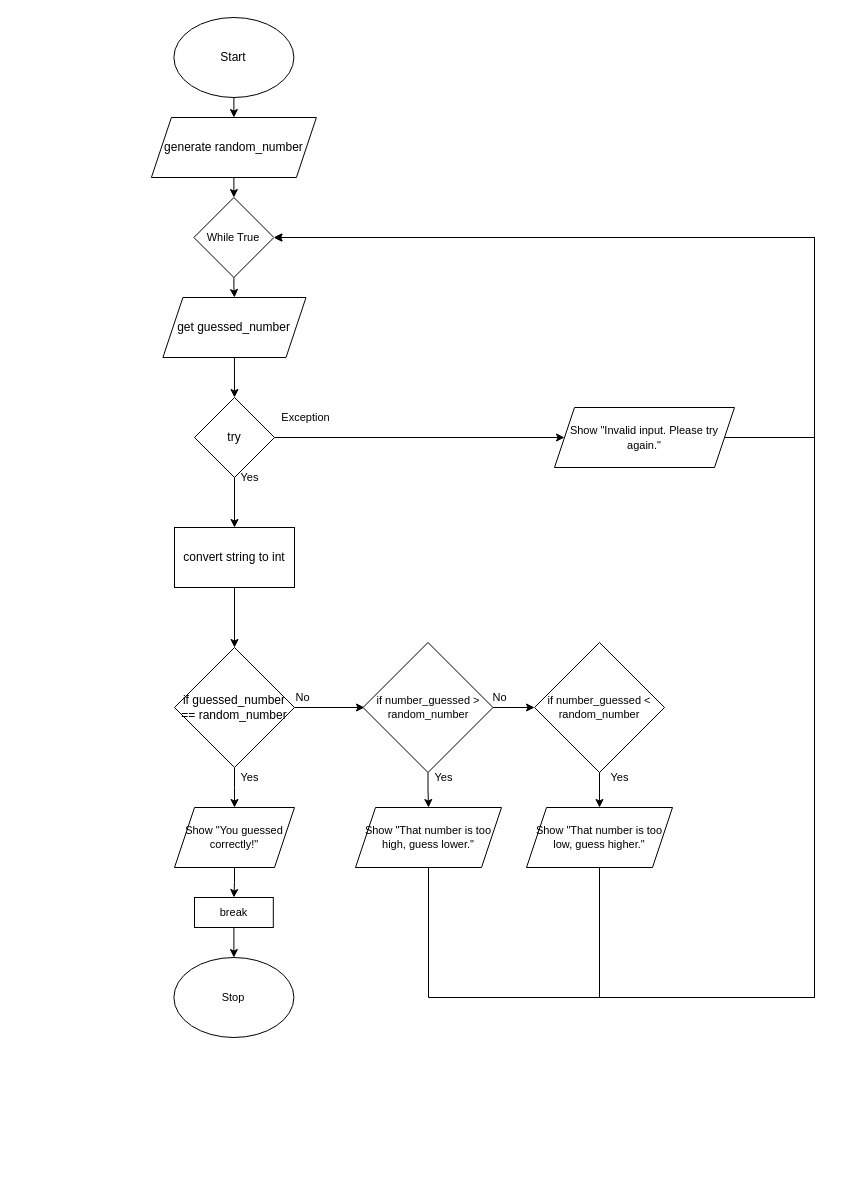
The draw.io diagram flowchart.drawio in Aleksandr-Ten/ICS3U-Unit4-05-Python, before the edit. Source tidied: cells renumbered, new cells numbered last; positions are measured from the earlier drawing's top-left corner, leaving out a move shared by most shapes. Both pictures are drawn from the tidied source at 100%, with x=0, y=0 at pixel (151, 17).
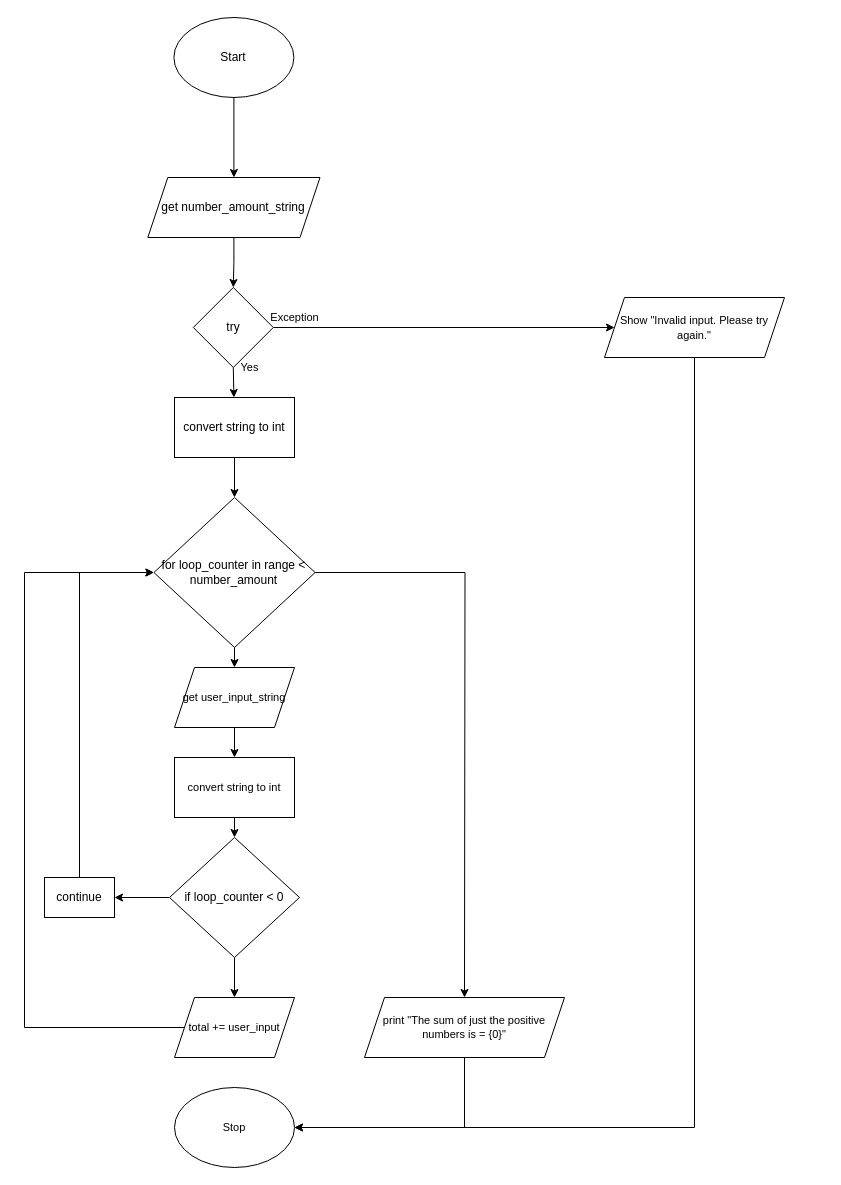
After the change.

Unchanged cells that the change refers to:
```xml
<mxCell id="3" value="Start" style="ellipse;whiteSpace=wrap;html=1;" parent="1" vertex="1">
  <mxGeometry x="22.4" width="120" height="80" as="geometry" />
</mxCell>
```

What changed in the source:
```diff
@@
-    <mxCell id="2" style="edgeStyle=none;html=1;exitX=0.5;exitY=1;exitDx=0;exitDy=0;" parent="1" edge="1" source="3" target="5">
-      <mxGeometry relative="1" as="geometry" />
-    </mxCell>
+    <mxCell id="41" style="edgeStyle=none;html=1;exitX=0.5;exitY=1;exitDx=0;exitDy=0;" parent="1" edge="1" source="3" target="40">
+      <mxGeometry relative="1" as="geometry" />
+    </mxCell>
@@
-    <mxCell id="4" style="edgeStyle=orthogonalEdgeStyle;shape=connector;rounded=0;html=1;exitX=0.5;exitY=1;exitDx=0;exitDy=0;entryX=0.5;entryY=0;entryDx=0;entryDy=0;labelBackgroundColor=default;fontFamily=Helvetica;fontSize=11;fontColor=default;endArrow=classic;strokeColor=default;" parent="1" edge="1" source="5" target="38">
-      <mxGeometry relative="1" as="geometry" />
-    </mxCell>
-    <mxCell id="5" value="generate random_number" style="shape=parallelogram;perimeter=parallelogramPerimeter;whiteSpace=wrap;html=1;fixedSize=1;" parent="1" vertex="1">
-      <mxGeometry x="-0.1" y="100" width="165" height="60" as="geometry" />
-    </mxCell>
@@
     <mxCell id="8" value="try" style="rhombus;whiteSpace=wrap;html=1;" parent="1" vertex="1">
-      <mxGeometry x="43" y="380" width="80" height="80" as="geometry" />
+      <mxGeometry x="41.8" y="270" width="80" height="80" as="geometry" />
     </mxCell>
@@
     <mxCell id="10" value="convert string to int" style="rounded=0;whiteSpace=wrap;html=1;" parent="1" vertex="1">
-      <mxGeometry x="23" y="510" width="120" height="60" as="geometry" />
+      <mxGeometry x="23" y="380" width="120" height="60" as="geometry" />
     </mxCell>
-    <mxCell id="11" style="edgeStyle=orthogonalEdgeStyle;shape=connector;rounded=0;html=1;exitX=1;exitY=0.5;exitDx=0;exitDy=0;labelBackgroundColor=default;fontFamily=Helvetica;fontSize=11;fontColor=default;endArrow=classic;strokeColor=default;" parent="1" edge="1" source="13">
-      <mxGeometry relative="1" as="geometry">
-        <mxPoint x="213" y="690" as="targetPoint" />
-        <Array as="points">
-          <mxPoint x="213" y="690" />
-          <mxPoint x="213" y="690" />
-        </Array>
-      </mxGeometry>
-    </mxCell>
-    <mxCell id="12" style="edgeStyle=orthogonalEdgeStyle;shape=connector;rounded=0;html=1;exitX=0.5;exitY=1;exitDx=0;exitDy=0;labelBackgroundColor=default;fontFamily=Helvetica;fontSize=11;fontColor=default;endArrow=classic;strokeColor=default;" parent="1" edge="1" source="13">
-      <mxGeometry relative="1" as="geometry">
-        <mxPoint x="83" y="790" as="targetPoint" />
-      </mxGeometry>
-    </mxCell>
+    <mxCell id="42" style="edgeStyle=orthogonalEdgeStyle;shape=connector;rounded=0;html=1;exitX=0.5;exitY=1;exitDx=0;exitDy=0;labelBackgroundColor=default;fontFamily=Helvetica;fontSize=11;fontColor=default;endArrow=classic;strokeColor=default;" parent="1" edge="1" source="13" target="53">
+      <mxGeometry relative="1" as="geometry" />
+    </mxCell>
+    <mxCell id="43" style="edgeStyle=orthogonalEdgeStyle;shape=connector;rounded=0;html=1;exitX=1;exitY=0.5;exitDx=0;exitDy=0;labelBackgroundColor=default;fontFamily=Helvetica;fontSize=11;fontColor=default;endArrow=classic;strokeColor=default;" parent="1" edge="1" source="13">
+      <mxGeometry relative="1" as="geometry">
+        <mxPoint x="313" y="980" as="targetPoint" />
+      </mxGeometry>
+    </mxCell>
-    <mxCell id="13" value="if guessed_number == random_number" style="rhombus;whiteSpace=wrap;html=1;" parent="1" vertex="1">
-      <mxGeometry x="23" y="630" width="120" height="120" as="geometry" />
+    <mxCell id="13" value="for loop_counter in range &amp;lt; number_amount" style="rhombus;whiteSpace=wrap;html=1;" parent="1" vertex="1">
+      <mxGeometry x="2.4" y="480" width="161.2" height="150" as="geometry" />
     </mxCell>
     <mxCell id="14" value="Stop" style="ellipse;whiteSpace=wrap;html=1;fontFamily=Helvetica;fontSize=11;fontColor=default;" parent="1" vertex="1">
-      <mxGeometry x="22.4" y="940" width="120" height="80" as="geometry" />
+      <mxGeometry x="23" y="1070" width="120" height="80" as="geometry" />
     </mxCell>
     <mxCell id="15" value="Yes" style="text;html=1;align=center;verticalAlign=middle;fillColor=none;strokeColor=none;rounded=0;fontFamily=Helvetica;fontSize=11;fontColor=default;" parent="1" vertex="1">
-      <mxGeometry x="83" y="450" width="30" height="20" as="geometry" />
+      <mxGeometry x="83" y="340" width="30" height="20" as="geometry" />
     </mxCell>
     <mxCell id="16" value="Exception" style="text;html=1;align=center;verticalAlign=middle;fillColor=none;strokeColor=none;rounded=0;fontFamily=Helvetica;fontSize=11;fontColor=default;" parent="1" vertex="1">
-      <mxGeometry x="124.2" y="390" width="60" height="20" as="geometry" />
+      <mxGeometry x="113" y="290" width="60" height="20" as="geometry" />
     </mxCell>
-    <mxCell id="17" value="No" style="text;html=1;align=center;verticalAlign=middle;fillColor=none;strokeColor=none;rounded=0;fontFamily=Helvetica;fontSize=11;fontColor=default;" parent="1" vertex="1">
-      <mxGeometry x="135.5" y="670" width="30" height="20" as="geometry" />
-    </mxCell>
-    <mxCell id="18" style="edgeStyle=orthogonalEdgeStyle;shape=connector;rounded=0;html=1;exitX=1;exitY=0.5;exitDx=0;exitDy=0;entryX=1;entryY=0.5;entryDx=0;entryDy=0;labelBackgroundColor=default;fontFamily=Helvetica;fontSize=11;fontColor=default;endArrow=classic;strokeColor=default;" parent="1" edge="1" source="19" target="38">
-      <mxGeometry relative="1" as="geometry">
-        <Array as="points">
-          <mxPoint x="663" y="420" />
-          <mxPoint x="663" y="220" />
-        </Array>
-      </mxGeometry>
-    </mxCell>
+    <mxCell id="44" style="edgeStyle=orthogonalEdgeStyle;shape=connector;rounded=0;html=1;exitX=0.5;exitY=1;exitDx=0;exitDy=0;entryX=1;entryY=0.5;entryDx=0;entryDy=0;labelBackgroundColor=default;fontFamily=Helvetica;fontSize=11;fontColor=default;endArrow=classic;strokeColor=default;" parent="1" edge="1" source="19" target="14">
+      <mxGeometry relative="1" as="geometry" />
+    </mxCell>
     <mxCell id="19" value="&lt;font style=&quot;font-size: 11px&quot;&gt;Show &quot;Invalid input. Please try again.&quot;&lt;/font&gt;" style="shape=parallelogram;perimeter=parallelogramPerimeter;whiteSpace=wrap;html=1;fixedSize=1;" parent="1" vertex="1">
-      <mxGeometry x="403" y="390" width="180" height="60" as="geometry" />
+      <mxGeometry x="453" y="280" width="180" height="60" as="geometry" />
     </mxCell>
-    <mxCell id="20" value="Yes" style="text;html=1;align=center;verticalAlign=middle;fillColor=none;strokeColor=none;rounded=0;fontFamily=Helvetica;fontSize=11;fontColor=default;" parent="1" vertex="1">
-      <mxGeometry x="83" y="750" width="30" height="20" as="geometry" />
-    </mxCell>
-    <mxCell id="21" style="edgeStyle=orthogonalEdgeStyle;shape=connector;rounded=0;html=1;labelBackgroundColor=default;fontFamily=Helvetica;fontSize=11;fontColor=default;endArrow=classic;strokeColor=default;" parent="1" edge="1" source="22" target="24">
-      <mxGeometry relative="1" as="geometry" />
-    </mxCell>
-    <mxCell id="22" value="Show &quot;You guessed correctly!&quot;" style="shape=parallelogram;perimeter=parallelogramPerimeter;whiteSpace=wrap;html=1;fixedSize=1;fontFamily=Helvetica;fontSize=11;fontColor=default;" parent="1" vertex="1">
-      <mxGeometry x="23" y="790" width="120" height="60" as="geometry" />
-    </mxCell>
-    <mxCell id="23" style="edgeStyle=orthogonalEdgeStyle;shape=connector;rounded=0;html=1;labelBackgroundColor=default;fontFamily=Helvetica;fontSize=11;fontColor=default;endArrow=classic;strokeColor=default;" parent="1" edge="1" source="24" target="14">
-      <mxGeometry relative="1" as="geometry" />
-    </mxCell>
-    <mxCell id="24" value="break" style="rounded=0;whiteSpace=wrap;html=1;fontFamily=Helvetica;fontSize=11;fontColor=default;" parent="1" vertex="1">
-      <mxGeometry x="43" y="880" width="78.8" height="30" as="geometry" />
-    </mxCell>
-    <mxCell id="25" style="edgeStyle=orthogonalEdgeStyle;shape=connector;rounded=0;html=1;exitX=0.5;exitY=1;exitDx=0;exitDy=0;labelBackgroundColor=default;fontFamily=Helvetica;fontSize=11;fontColor=default;endArrow=classic;strokeColor=default;" parent="1" edge="1" source="27" target="29">
-      <mxGeometry relative="1" as="geometry" />
-    </mxCell>
-    <mxCell id="26" style="edgeStyle=orthogonalEdgeStyle;shape=connector;rounded=0;html=1;exitX=1;exitY=0.5;exitDx=0;exitDy=0;entryX=0;entryY=0.5;entryDx=0;entryDy=0;labelBackgroundColor=default;fontFamily=Helvetica;fontSize=11;fontColor=default;endArrow=classic;strokeColor=default;" parent="1" edge="1" source="27" target="31">
-      <mxGeometry relative="1" as="geometry" />
-    </mxCell>
-    <mxCell id="27" value="if number_guessed &amp;gt; random_number" style="rhombus;whiteSpace=wrap;html=1;fontFamily=Helvetica;fontSize=11;fontColor=default;" parent="1" vertex="1">
-      <mxGeometry x="211.5" y="625" width="130" height="130" as="geometry" />
-    </mxCell>
-    <mxCell id="28" style="edgeStyle=orthogonalEdgeStyle;shape=connector;rounded=0;html=1;labelBackgroundColor=default;fontFamily=Helvetica;fontSize=11;fontColor=default;endArrow=classic;strokeColor=default;entryX=1;entryY=0.5;entryDx=0;entryDy=0;" parent="1" edge="1" source="29" target="38">
-      <mxGeometry relative="1" as="geometry">
-        <Array as="points">
-          <mxPoint x="277" y="980" />
-          <mxPoint x="663" y="980" />
-          <mxPoint x="663" y="220" />
-        </Array>
-      </mxGeometry>
-    </mxCell>
-    <mxCell id="29" value="Show&amp;nbsp;&quot;That number is too high, guess lower.&quot;" style="shape=parallelogram;perimeter=parallelogramPerimeter;whiteSpace=wrap;html=1;fixedSize=1;fontFamily=Helvetica;fontSize=11;fontColor=default;" parent="1" vertex="1">
-      <mxGeometry x="204" y="790" width="146" height="60" as="geometry" />
-    </mxCell>
-    <mxCell id="30" style="edgeStyle=orthogonalEdgeStyle;shape=connector;rounded=0;html=1;exitX=0.5;exitY=1;exitDx=0;exitDy=0;labelBackgroundColor=default;fontFamily=Helvetica;fontSize=11;fontColor=default;endArrow=classic;strokeColor=default;" parent="1" edge="1" source="31" target="33">
-      <mxGeometry relative="1" as="geometry" />
-    </mxCell>
-    <mxCell id="31" value="if number_guessed &amp;lt; random_number" style="rhombus;whiteSpace=wrap;html=1;fontFamily=Helvetica;fontSize=11;fontColor=default;" parent="1" vertex="1">
-      <mxGeometry x="383" y="625" width="130" height="130" as="geometry" />
-    </mxCell>
-    <mxCell id="32" style="edgeStyle=orthogonalEdgeStyle;shape=connector;rounded=0;html=1;exitX=0.5;exitY=1;exitDx=0;exitDy=0;labelBackgroundColor=default;fontFamily=Helvetica;fontSize=11;fontColor=default;endArrow=classic;strokeColor=default;entryX=1;entryY=0.5;entryDx=0;entryDy=0;" parent="1" edge="1" source="33" target="38">
-      <mxGeometry relative="1" as="geometry">
-        <Array as="points">
-          <mxPoint x="448" y="980" />
-          <mxPoint x="663" y="980" />
-          <mxPoint x="663" y="220" />
-        </Array>
-      </mxGeometry>
-    </mxCell>
-    <mxCell id="33" value="Show&amp;nbsp;&quot;That number is too low, guess higher.&quot;" style="shape=parallelogram;perimeter=parallelogramPerimeter;whiteSpace=wrap;html=1;fixedSize=1;fontFamily=Helvetica;fontSize=11;fontColor=default;" parent="1" vertex="1">
-      <mxGeometry x="375" y="790" width="146" height="60" as="geometry" />
-    </mxCell>
-    <mxCell id="34" value="Yes" style="text;html=1;align=center;verticalAlign=middle;fillColor=none;strokeColor=none;rounded=0;fontFamily=Helvetica;fontSize=11;fontColor=default;" parent="1" vertex="1">
-      <mxGeometry x="277" y="750" width="30" height="20" as="geometry" />
-    </mxCell>
-    <mxCell id="35" value="Yes" style="text;html=1;align=center;verticalAlign=middle;fillColor=none;strokeColor=none;rounded=0;fontFamily=Helvetica;fontSize=11;fontColor=default;" parent="1" vertex="1">
-      <mxGeometry x="453" y="750" width="30" height="20" as="geometry" />
-    </mxCell>
-    <mxCell id="36" value="No" style="text;html=1;align=center;verticalAlign=middle;fillColor=none;strokeColor=none;rounded=0;fontFamily=Helvetica;fontSize=11;fontColor=default;" parent="1" vertex="1">
-      <mxGeometry x="333" y="670" width="30" height="20" as="geometry" />
-    </mxCell>
-    <mxCell id="37" style="edgeStyle=orthogonalEdgeStyle;shape=connector;rounded=0;html=1;exitX=0.5;exitY=1;exitDx=0;exitDy=0;labelBackgroundColor=default;fontFamily=Helvetica;fontSize=11;fontColor=default;endArrow=classic;strokeColor=default;" parent="1" edge="1" source="38" target="40">
-      <mxGeometry relative="1" as="geometry" />
-    </mxCell>
-    <mxCell id="38" value="While True" style="rhombus;whiteSpace=wrap;html=1;fontFamily=Helvetica;fontSize=11;fontColor=default;" parent="1" vertex="1">
-      <mxGeometry x="42.4" y="180" width="80" height="80" as="geometry" />
-    </mxCell>
@@
-    <mxCell id="40" value="get guessed_number" style="shape=parallelogram;perimeter=parallelogramPerimeter;whiteSpace=wrap;html=1;fixedSize=1;" parent="1" vertex="1">
-      <mxGeometry x="11.4" y="280" width="143.1" height="60" as="geometry" />
+    <mxCell id="40" value="get number_amount_string" style="shape=parallelogram;perimeter=parallelogramPerimeter;whiteSpace=wrap;html=1;fixedSize=1;" parent="1" vertex="1">
+      <mxGeometry x="-3.7" y="160" width="172.2" height="60" as="geometry" />
     </mxCell>
+    <mxCell id="45" style="edgeStyle=none;html=1;exitX=0;exitY=0.5;exitDx=0;exitDy=0;" parent="1" edge="1" source="47" target="49">
+      <mxGeometry relative="1" as="geometry" />
+    </mxCell>
+    <mxCell id="46" style="edgeStyle=orthogonalEdgeStyle;shape=connector;rounded=0;html=1;exitX=0.5;exitY=1;exitDx=0;exitDy=0;labelBackgroundColor=default;fontFamily=Helvetica;fontSize=11;fontColor=default;endArrow=classic;strokeColor=default;" parent="1" edge="1" source="47" target="51">
+      <mxGeometry relative="1" as="geometry" />
+    </mxCell>
+    <mxCell id="47" value="if loop_counter &amp;lt; 0" style="rhombus;whiteSpace=wrap;html=1;" parent="1" vertex="1">
+      <mxGeometry x="18" y="820" width="130" height="120" as="geometry" />
+    </mxCell>
+    <mxCell id="48" style="edgeStyle=orthogonalEdgeStyle;html=1;exitX=0.5;exitY=0;exitDx=0;exitDy=0;entryX=0;entryY=0.5;entryDx=0;entryDy=0;rounded=0;" parent="1" edge="1" source="49" target="13">
+      <mxGeometry relative="1" as="geometry" />
+    </mxCell>
+    <mxCell id="49" value="continue" style="rounded=0;whiteSpace=wrap;html=1;" parent="1" vertex="1">
+      <mxGeometry x="-107" y="860" width="70" height="40" as="geometry" />
+    </mxCell>
+    <mxCell id="50" style="edgeStyle=orthogonalEdgeStyle;shape=connector;rounded=0;html=1;exitX=0;exitY=0.5;exitDx=0;exitDy=0;entryX=0;entryY=0.5;entryDx=0;entryDy=0;labelBackgroundColor=default;fontFamily=Helvetica;fontSize=11;fontColor=default;endArrow=classic;strokeColor=default;" parent="1" edge="1" source="51" target="13">
+      <mxGeometry relative="1" as="geometry">
+        <Array as="points">
+          <mxPoint x="-127" y="1010" />
+          <mxPoint x="-127" y="555" />
+        </Array>
+      </mxGeometry>
+    </mxCell>
+    <mxCell id="51" value="total += user_input" style="shape=parallelogram;perimeter=parallelogramPerimeter;whiteSpace=wrap;html=1;fixedSize=1;fontFamily=Helvetica;fontSize=11;fontColor=default;" parent="1" vertex="1">
+      <mxGeometry x="23" y="980" width="120" height="60" as="geometry" />
+    </mxCell>
+    <mxCell id="52" style="edgeStyle=orthogonalEdgeStyle;shape=connector;rounded=0;html=1;exitX=0.5;exitY=1;exitDx=0;exitDy=0;labelBackgroundColor=default;fontFamily=Helvetica;fontSize=11;fontColor=default;endArrow=classic;strokeColor=default;" parent="1" edge="1" source="53" target="55">
+      <mxGeometry relative="1" as="geometry" />
+    </mxCell>
+    <mxCell id="53" value="get user_input_string" style="shape=parallelogram;perimeter=parallelogramPerimeter;whiteSpace=wrap;html=1;fixedSize=1;fontFamily=Helvetica;fontSize=11;fontColor=default;" parent="1" vertex="1">
+      <mxGeometry x="23" y="650" width="120" height="60" as="geometry" />
+    </mxCell>
+    <mxCell id="54" style="edgeStyle=orthogonalEdgeStyle;shape=connector;rounded=0;html=1;exitX=0.5;exitY=1;exitDx=0;exitDy=0;entryX=0.5;entryY=0;entryDx=0;entryDy=0;labelBackgroundColor=default;fontFamily=Helvetica;fontSize=11;fontColor=default;endArrow=classic;strokeColor=default;" parent="1" edge="1" source="55" target="47">
+      <mxGeometry relative="1" as="geometry" />
+    </mxCell>
+    <mxCell id="55" value="convert string to int" style="rounded=0;whiteSpace=wrap;html=1;fontFamily=Helvetica;fontSize=11;fontColor=default;" parent="1" vertex="1">
+      <mxGeometry x="23" y="740" width="120" height="60" as="geometry" />
+    </mxCell>
+    <mxCell id="56" style="edgeStyle=orthogonalEdgeStyle;shape=connector;rounded=0;html=1;entryX=1;entryY=0.5;entryDx=0;entryDy=0;labelBackgroundColor=default;fontFamily=Helvetica;fontSize=11;fontColor=default;endArrow=classic;strokeColor=default;" parent="1" edge="1" source="57" target="14">
+      <mxGeometry relative="1" as="geometry">
+        <Array as="points">
+          <mxPoint x="313" y="1110" />
+        </Array>
+      </mxGeometry>
+    </mxCell>
+    <mxCell id="57" value="print&amp;nbsp;&quot;The sum of just the positive numbers is = {0}&quot;" style="shape=parallelogram;perimeter=parallelogramPerimeter;whiteSpace=wrap;html=1;fixedSize=1;fontFamily=Helvetica;fontSize=11;fontColor=default;" parent="1" vertex="1">
+      <mxGeometry x="213" y="980" width="200" height="60" as="geometry" />
+    </mxCell>
```
